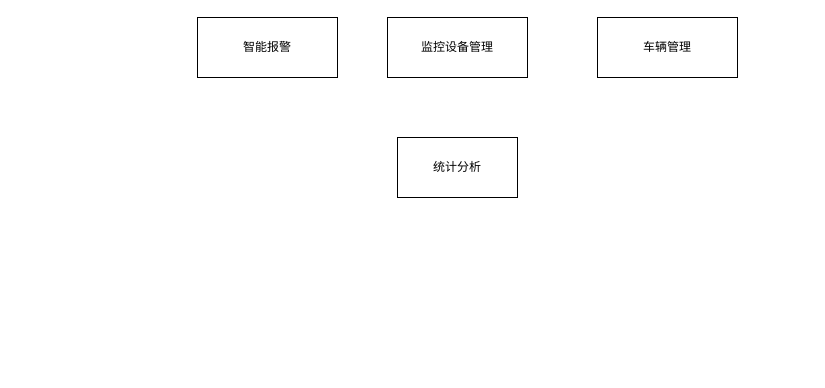
Above: 加油站.drawio in w1041660542/draw.io (draw.io), before the change. Source tidied: cells renumbered, new cells numbered last; positions are measured from the earlier drawing's top-left corner, leaving out a move shared by most shapes. Both pictures are drawn from the tidied source at 100%, with x=0, y=0 at pixel (197, 17).
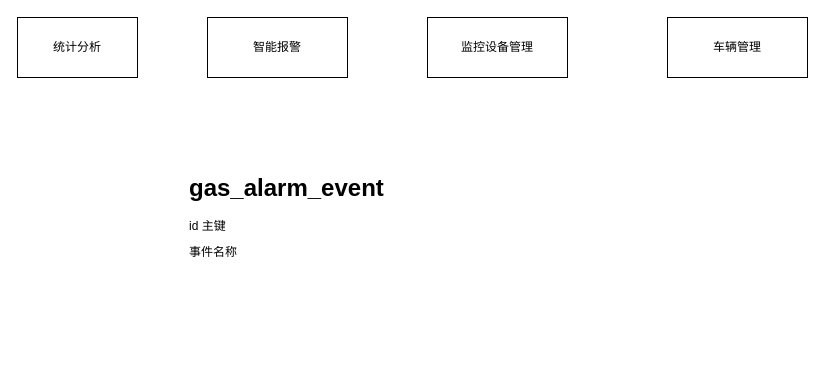
After the change.

Commit message (it also covers changes not shown here):
更新加油站.drawio

What changed in the source:
```diff
@@
 <mxGraphModel>
   <root>
     <mxCell id="0" />
     <mxCell id="1" parent="0" />
     <mxCell id="2" value="智能报警" style="rounded=0;whiteSpace=wrap;html=1;" parent="1" vertex="1">
-      <mxGeometry width="140" height="60" as="geometry" />
+      <mxGeometry x="10" width="140" height="60" as="geometry" />
     </mxCell>
     <mxCell id="3" value="车辆管理" style="rounded=0;whiteSpace=wrap;html=1;" parent="1" vertex="1">
-      <mxGeometry x="400" width="140" height="60" as="geometry" />
+      <mxGeometry x="470" width="140" height="60" as="geometry" />
     </mxCell>
     <mxCell id="4" value="监控设备管理" style="rounded=0;whiteSpace=wrap;html=1;" parent="1" vertex="1">
-      <mxGeometry x="190" width="140" height="60" as="geometry" />
+      <mxGeometry x="230" width="140" height="60" as="geometry" />
     </mxCell>
     <mxCell id="5" value="统计分析" style="rounded=0;whiteSpace=wrap;html=1;" parent="1" vertex="1">
-      <mxGeometry x="200" y="120" width="120" height="60" as="geometry" />
+      <mxGeometry x="-180" width="120" height="60" as="geometry" />
     </mxCell>
+    <mxCell id="6" style="edgeStyle=orthogonalEdgeStyle;rounded=0;orthogonalLoop=1;jettySize=auto;html=1;exitX=0.5;exitY=1;exitDx=0;exitDy=0;" parent="1" edge="1" source="3" target="3">
+      <mxGeometry relative="1" as="geometry" />
+    </mxCell>
+    <mxCell id="7" value="&lt;h1 style=&quot;margin-top: 0px;&quot;&gt;gas_alarm_event&lt;/h1&gt;&lt;p&gt;id 主键&lt;/p&gt;&lt;p&gt;事件名称&lt;/p&gt;" style="text;html=1;whiteSpace=wrap;overflow=hidden;rounded=0;" parent="1" vertex="1">
+      <mxGeometry x="-10" y="150" width="230" height="200" as="geometry" />
+    </mxCell>
   </root>
 </mxGraphModel>
```
